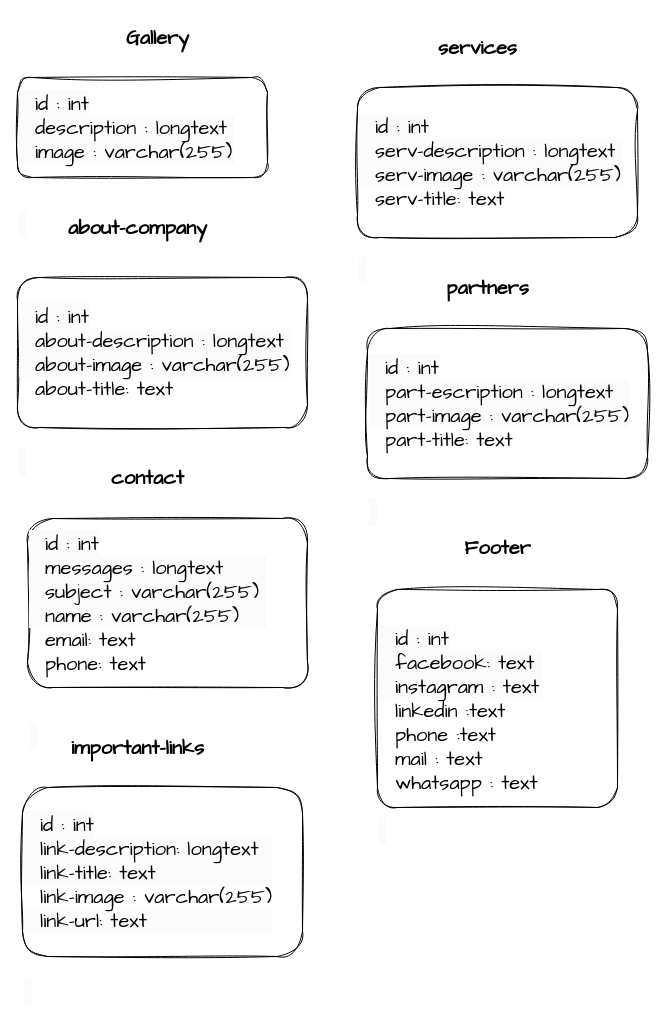
Before: Untitled Diagram.drawio in MohammedMusatfa44/Test, a draw.io diagram. Source tidied: cells renumbered, new cells numbered last; positions are measured from the earlier drawing's top-left corner, leaving out a move shared by most shapes. Both pictures are drawn from the tidied source at 100%, with x=0, y=0 at pixel (17, 17).
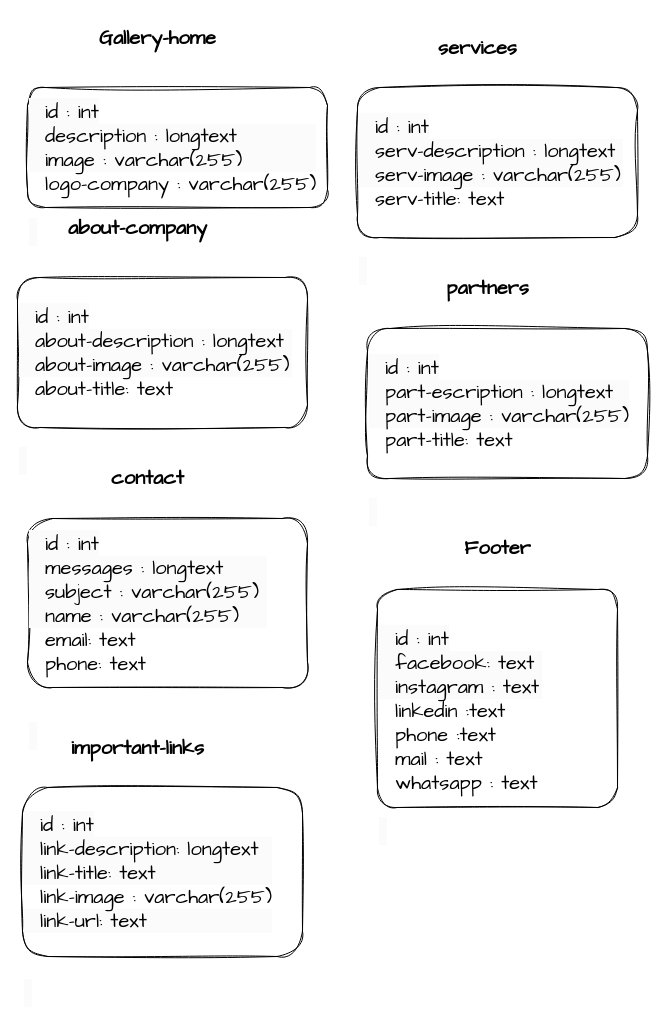
The same diagram, later.

Change to the diagram source:
```diff
@@
-    <mxCell id="2" value="Gallery" style="text;strokeColor=none;fillColor=none;html=1;fontSize=20;fontStyle=1;verticalAlign=middle;align=center;fontFamily=Architects Daughter;" parent="1" vertex="1">
+    <mxCell id="2" value="Gallery-home" style="text;strokeColor=none;fillColor=none;html=1;fontSize=20;fontStyle=1;verticalAlign=middle;align=center;fontFamily=Architects Daughter;" parent="1" vertex="1">
       <mxGeometry x="90" width="100" height="40" as="geometry" />
     </mxCell>
-    <mxCell id="3" value="&lt;br&gt;&lt;br style=&quot;border-color: var(--border-color); color: rgb(0, 0, 0); font-family: &amp;quot;Architects Daughter&amp;quot;; font-size: 20px; font-style: normal; font-variant-ligatures: normal; font-variant-caps: normal; font-weight: 400; letter-spacing: normal; orphans: 2; text-indent: 0px; text-transform: none; widows: 2; word-spacing: 0px; -webkit-text-stroke-width: 0px; background-color: rgb(251, 251, 251); text-decoration-thickness: initial; text-decoration-style: initial; text-decoration-color: initial;&quot;&gt;&lt;br style=&quot;border-color: var(--border-color); color: rgb(0, 0, 0); font-family: &amp;quot;Architects Daughter&amp;quot;; font-size: 20px; font-style: normal; font-variant-ligatures: normal; font-variant-caps: normal; font-weight: 400; letter-spacing: normal; orphans: 2; text-indent: 0px; text-transform: none; widows: 2; word-spacing: 0px; -webkit-text-stroke-width: 0px; background-color: rgb(251, 251, 251); text-decoration-thickness: initial; text-decoration-style: initial; text-decoration-color: initial;&quot;&gt;&lt;span style=&quot;color: rgb(0, 0, 0); font-family: &amp;quot;Architects Daughter&amp;quot;; font-size: 20px; font-style: normal; font-variant-ligatures: normal; font-variant-caps: normal; font-weight: 400; letter-spacing: normal; orphans: 2; text-indent: 0px; text-transform: none; widows: 2; word-spacing: 0px; -webkit-text-stroke-width: 0px; background-color: rgb(251, 251, 251); text-decoration-thickness: initial; text-decoration-style: initial; text-decoration-color: initial; float: none; display: inline !important;&quot;&gt;&amp;nbsp; id : int&lt;/span&gt;&lt;br style=&quot;border-color: var(--border-color); color: rgb(0, 0, 0); font-family: &amp;quot;Architects Daughter&amp;quot;; font-size: 20px; font-style: normal; font-variant-ligatures: normal; font-variant-caps: normal; font-weight: 400; letter-spacing: normal; orphans: 2; text-indent: 0px; text-transform: none; widows: 2; word-spacing: 0px; -webkit-text-stroke-width: 0px; background-color: rgb(251, 251, 251); text-decoration-thickness: initial; text-decoration-style: initial; text-decoration-color: initial;&quot;&gt;&lt;div style=&quot;border-color: var(--border-color); color: rgb(0, 0, 0); font-family: &amp;quot;Architects Daughter&amp;quot;; font-size: 20px; font-style: normal; font-variant-ligatures: normal; font-variant-caps: normal; font-weight: 400; letter-spacing: normal; orphans: 2; text-indent: 0px; text-transform: none; widows: 2; word-spacing: 0px; -webkit-text-stroke-width: 0px; background-color: rgb(251, 251, 251); text-decoration-thickness: initial; text-decoration-style: initial; text-decoration-color: initial;&quot;&gt;&lt;span style=&quot;border-color: var(--border-color); background-color: initial;&quot;&gt;&amp;nbsp; description : longtext&amp;nbsp;&lt;/span&gt;&lt;/div&gt;&lt;div style=&quot;border-color: var(--border-color); color: rgb(0, 0, 0); font-family: &amp;quot;Architects Daughter&amp;quot;; font-size: 20px; font-style: normal; font-variant-ligatures: normal; font-variant-caps: normal; font-weight: 400; letter-spacing: normal; orphans: 2; text-indent: 0px; text-transform: none; widows: 2; word-spacing: 0px; -webkit-text-stroke-width: 0px; background-color: rgb(251, 251, 251); text-decoration-thickness: initial; text-decoration-style: initial; text-decoration-color: initial;&quot;&gt;&lt;span style=&quot;border-color: var(--border-color); background-color: initial;&quot;&gt;&amp;nbsp; image : varchar(255)&lt;/span&gt;&lt;/div&gt;&lt;br style=&quot;border-color: var(--border-color); color: rgb(0, 0, 0); font-family: &amp;quot;Architects Daughter&amp;quot;; font-size: 20px; font-style: normal; font-variant-ligatures: normal; font-variant-caps: normal; font-weight: 400; letter-spacing: normal; orphans: 2; text-indent: 0px; text-transform: none; widows: 2; word-spacing: 0px; -webkit-text-stroke-width: 0px; background-color: rgb(251, 251, 251); text-decoration-thickness: initial; text-decoration-style: initial; text-decoration-color: initial;&quot;&gt;&lt;br style=&quot;border-color: var(--border-color); color: rgb(0, 0, 0); font-family: &amp;quot;Architects Daughter&amp;quot;; font-size: 20px; font-style: normal; font-variant-ligatures: normal; font-variant-caps: normal; font-weight: 400; letter-spacing: normal; orphans: 2; text-indent: 0px; text-transform: none; widows: 2; word-spacing: 0px; -webkit-text-stroke-width: 0px; background-color: rgb(251, 251, 251); text-decoration-thickness: initial; text-decoration-style: initial; text-decoration-color: initial;&quot;&gt;&lt;span style=&quot;color: rgb(0, 0, 0); font-family: &amp;quot;Architects Daughter&amp;quot;; font-size: 20px; font-style: normal; font-variant-ligatures: normal; font-variant-caps: normal; font-weight: 400; letter-spacing: normal; orphans: 2; text-indent: 0px; text-transform: none; widows: 2; word-spacing: 0px; -webkit-text-stroke-width: 0px; background-color: rgb(251, 251, 251); text-decoration-thickness: initial; text-decoration-style: initial; text-decoration-color: initial; float: none; display: inline !important;&quot;&gt;&amp;nbsp;&lt;/span&gt;" style="rounded=1;whiteSpace=wrap;html=1;sketch=1;hachureGap=4;jiggle=2;curveFitting=1;fontFamily=Architects Daughter;fontSize=20;align=left;" parent="1" vertex="1">
-      <mxGeometry y="60" width="250" height="100" as="geometry" />
+    <mxCell id="3" value="&lt;br&gt;&lt;br style=&quot;border-color: var(--border-color); color: rgb(0, 0, 0); font-family: &amp;quot;Architects Daughter&amp;quot;; font-size: 20px; font-style: normal; font-variant-ligatures: normal; font-variant-caps: normal; font-weight: 400; letter-spacing: normal; orphans: 2; text-indent: 0px; text-transform: none; widows: 2; word-spacing: 0px; -webkit-text-stroke-width: 0px; background-color: rgb(251, 251, 251); text-decoration-thickness: initial; text-decoration-style: initial; text-decoration-color: initial;&quot;&gt;&lt;br style=&quot;border-color: var(--border-color); color: rgb(0, 0, 0); font-family: &amp;quot;Architects Daughter&amp;quot;; font-size: 20px; font-style: normal; font-variant-ligatures: normal; font-variant-caps: normal; font-weight: 400; letter-spacing: normal; orphans: 2; text-indent: 0px; text-transform: none; widows: 2; word-spacing: 0px; -webkit-text-stroke-width: 0px; background-color: rgb(251, 251, 251); text-decoration-thickness: initial; text-decoration-style: initial; text-decoration-color: initial;&quot;&gt;&lt;span style=&quot;color: rgb(0, 0, 0); font-family: &amp;quot;Architects Daughter&amp;quot;; font-size: 20px; font-style: normal; font-variant-ligatures: normal; font-variant-caps: normal; font-weight: 400; letter-spacing: normal; orphans: 2; text-indent: 0px; text-transform: none; widows: 2; word-spacing: 0px; -webkit-text-stroke-width: 0px; background-color: rgb(251, 251, 251); text-decoration-thickness: initial; text-decoration-style: initial; text-decoration-color: initial; float: none; display: inline !important;&quot;&gt;&amp;nbsp; id : int&lt;/span&gt;&lt;br style=&quot;border-color: var(--border-color); color: rgb(0, 0, 0); font-family: &amp;quot;Architects Daughter&amp;quot;; font-size: 20px; font-style: normal; font-variant-ligatures: normal; font-variant-caps: normal; font-weight: 400; letter-spacing: normal; orphans: 2; text-indent: 0px; text-transform: none; widows: 2; word-spacing: 0px; -webkit-text-stroke-width: 0px; background-color: rgb(251, 251, 251); text-decoration-thickness: initial; text-decoration-style: initial; text-decoration-color: initial;&quot;&gt;&lt;div style=&quot;border-color: var(--border-color); color: rgb(0, 0, 0); font-family: &amp;quot;Architects Daughter&amp;quot;; font-size: 20px; font-style: normal; font-variant-ligatures: normal; font-variant-caps: normal; font-weight: 400; letter-spacing: normal; orphans: 2; text-indent: 0px; text-transform: none; widows: 2; word-spacing: 0px; -webkit-text-stroke-width: 0px; background-color: rgb(251, 251, 251); text-decoration-thickness: initial; text-decoration-style: initial; text-decoration-color: initial;&quot;&gt;&lt;span style=&quot;border-color: var(--border-color); background-color: initial;&quot;&gt;&amp;nbsp; description : longtext&amp;nbsp;&lt;/span&gt;&lt;/div&gt;&lt;div style=&quot;border-color: var(--border-color); color: rgb(0, 0, 0); font-family: &amp;quot;Architects Daughter&amp;quot;; font-size: 20px; font-style: normal; font-variant-ligatures: normal; font-variant-caps: normal; font-weight: 400; letter-spacing: normal; orphans: 2; text-indent: 0px; text-transform: none; widows: 2; word-spacing: 0px; -webkit-text-stroke-width: 0px; background-color: rgb(251, 251, 251); text-decoration-thickness: initial; text-decoration-style: initial; text-decoration-color: initial;&quot;&gt;&lt;span style=&quot;border-color: var(--border-color); background-color: initial;&quot;&gt;&amp;nbsp; image : varchar(255)&lt;/span&gt;&lt;/div&gt;&amp;nbsp; logo-company : varchar(255)&lt;br style=&quot;border-color: var(--border-color); color: rgb(0, 0, 0); font-family: &amp;quot;Architects Daughter&amp;quot;; font-size: 20px; font-style: normal; font-variant-ligatures: normal; font-variant-caps: normal; font-weight: 400; letter-spacing: normal; orphans: 2; text-indent: 0px; text-transform: none; widows: 2; word-spacing: 0px; -webkit-text-stroke-width: 0px; background-color: rgb(251, 251, 251); text-decoration-thickness: initial; text-decoration-style: initial; text-decoration-color: initial;&quot;&gt;&lt;br style=&quot;border-color: var(--border-color); color: rgb(0, 0, 0); font-family: &amp;quot;Architects Daughter&amp;quot;; font-size: 20px; font-style: normal; font-variant-ligatures: normal; font-variant-caps: normal; font-weight: 400; letter-spacing: normal; orphans: 2; text-indent: 0px; text-transform: none; widows: 2; word-spacing: 0px; -webkit-text-stroke-width: 0px; background-color: rgb(251, 251, 251); text-decoration-thickness: initial; text-decoration-style: initial; text-decoration-color: initial;&quot;&gt;&lt;span style=&quot;color: rgb(0, 0, 0); font-family: &amp;quot;Architects Daughter&amp;quot;; font-size: 20px; font-style: normal; font-variant-ligatures: normal; font-variant-caps: normal; font-weight: 400; letter-spacing: normal; orphans: 2; text-indent: 0px; text-transform: none; widows: 2; word-spacing: 0px; -webkit-text-stroke-width: 0px; background-color: rgb(251, 251, 251); text-decoration-thickness: initial; text-decoration-style: initial; text-decoration-color: initial; float: none; display: inline !important;&quot;&gt;&amp;nbsp;&lt;br&gt;&lt;br&gt;&lt;/span&gt;" style="rounded=1;whiteSpace=wrap;html=1;sketch=1;hachureGap=4;jiggle=2;curveFitting=1;fontFamily=Architects Daughter;fontSize=20;align=left;" parent="1" vertex="1">
+      <mxGeometry x="10" y="70" width="300" height="120" as="geometry" />
     </mxCell>
```
